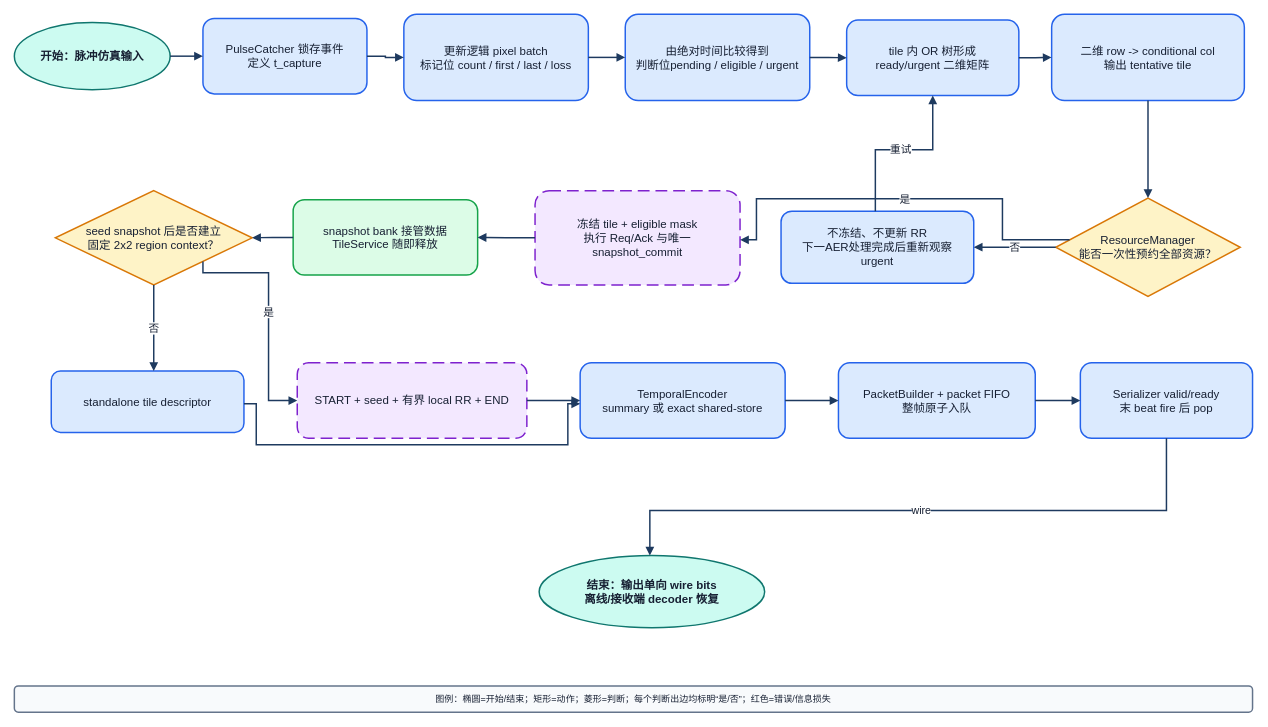
Earlier version of the draw.io diagram page "01_核心端到端流程" (1 of 31) of PFM_AER_v6_核心纯流程图与状态机_0721_v3.drawio (qcm0224/SimpleLatexVisualize). Source tidied: cells renumbered, new cells numbered last; positions are measured from the earlier drawing's top-left corner, leaving out a move shared by most shapes. Both pictures are drawn from the tidied source at 82%, with x=0, y=0 at pixel (14, 14).
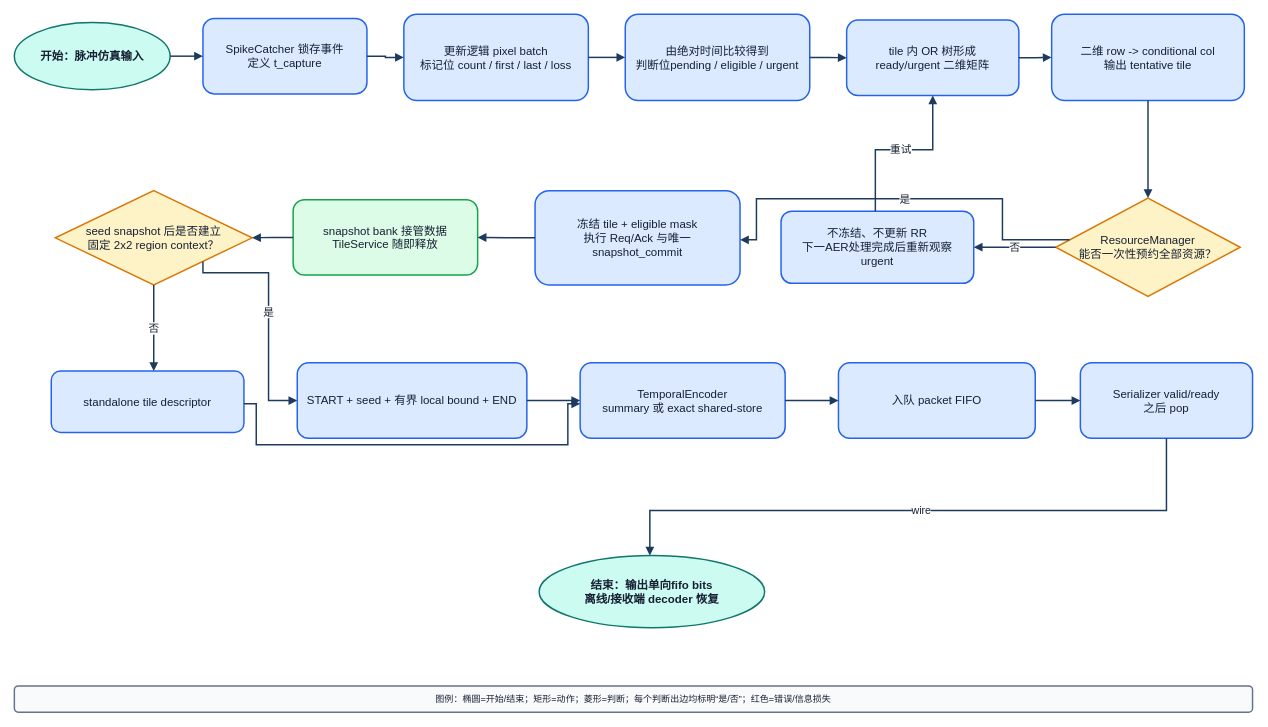
The same diagram, later.

The edit, as a diff of the source:
```diff
@@
-    <mxCell id="3" value="PulseCatcher 锁存事件&lt;br&gt;定义 t_capture" style="whiteSpace=wrap;html=1;fillColor=#DBEAFE;strokeColor=#2563EB;fontColor=#172033;fontSize=14;fontFamily=Arial;align=center;verticalAlign=middle;spacing=6;strokeWidth=1.8;rounded=1;" parent="1" vertex="1">
+    <mxCell id="3" value="SpikeCatcher 锁存事件&lt;br&gt;定义 t_capture" style="whiteSpace=wrap;html=1;fillColor=#DBEAFE;strokeColor=#2563EB;fontColor=#172033;fontSize=14;fontFamily=Arial;align=center;verticalAlign=middle;spacing=6;strokeWidth=1.8;rounded=1;" parent="1" vertex="1">
       <mxGeometry x="230" y="5" width="200" height="92" as="geometry" />
     </mxCell>
@@
-    <mxCell id="10" value="冻结 tile + eligible mask&lt;br&gt;执行 Req/Ack 与唯一 snapshot_commit" style="whiteSpace=wrap;html=1;fillColor=#F3E8FF;strokeColor=#7E22CE;fontColor=#172033;fontSize=14;fontFamily=Arial;align=center;verticalAlign=middle;spacing=6;strokeWidth=1.8;rounded=1;dashed=1;dashPattern=8 4;" parent="1" vertex="1">
+    <mxCell id="10" value="冻结 tile + eligible mask&lt;br&gt;执行 Req/Ack 与唯一 snapshot_commit" style="whiteSpace=wrap;html=1;fillColor=#DBEAFE;strokeColor=#2563EB;fontColor=#172033;fontSize=14;fontFamily=Arial;align=center;verticalAlign=middle;spacing=6;strokeWidth=1.8;rounded=1;" parent="1" vertex="1">
       <mxGeometry x="635" y="215" width="250" height="115" as="geometry" />
     </mxCell>
@@
-    <mxCell id="14" value="START + seed + 有界 local RR + END" style="whiteSpace=wrap;html=1;fillColor=#F3E8FF;strokeColor=#7E22CE;fontColor=#172033;fontSize=14;fontFamily=Arial;align=center;verticalAlign=middle;spacing=6;strokeWidth=1.8;rounded=1;dashed=1;dashPattern=8 4;" parent="1" vertex="1">
+    <mxCell id="14" value="START + seed + 有界 local bound + END" style="whiteSpace=wrap;html=1;fillColor=#DBEAFE;strokeColor=#2563EB;fontColor=#172033;fontSize=14;fontFamily=Arial;align=center;verticalAlign=middle;spacing=6;strokeWidth=1.8;rounded=1;" parent="1" vertex="1">
       <mxGeometry x="345" y="425" width="280" height="92" as="geometry" />
     </mxCell>
@@
-    <mxCell id="16" value="PacketBuilder + packet FIFO&lt;br&gt;整帧原子入队" style="whiteSpace=wrap;html=1;fillColor=#DBEAFE;strokeColor=#2563EB;fontColor=#172033;fontSize=14;fontFamily=Arial;align=center;verticalAlign=middle;spacing=6;strokeWidth=1.8;rounded=1;" parent="1" vertex="1">
+    <mxCell id="16" value="入队 packet FIFO" style="whiteSpace=wrap;html=1;fillColor=#DBEAFE;strokeColor=#2563EB;fontColor=#172033;fontSize=14;fontFamily=Arial;align=center;verticalAlign=middle;spacing=6;strokeWidth=1.8;rounded=1;" parent="1" vertex="1">
       <mxGeometry x="1005" y="425" width="240" height="92" as="geometry" />
     </mxCell>
-    <mxCell id="17" value="Serializer valid/ready&lt;br&gt;末 beat fire 后 pop" style="whiteSpace=wrap;html=1;fillColor=#DBEAFE;strokeColor=#2563EB;fontColor=#172033;fontSize=14;fontFamily=Arial;align=center;verticalAlign=middle;spacing=6;strokeWidth=1.8;rounded=1;" parent="1" vertex="1">
+    <mxCell id="17" value="Serializer valid/ready&lt;br&gt;之后 pop" style="whiteSpace=wrap;html=1;fillColor=#DBEAFE;strokeColor=#2563EB;fontColor=#172033;fontSize=14;fontFamily=Arial;align=center;verticalAlign=middle;spacing=6;strokeWidth=1.8;rounded=1;" parent="1" vertex="1">
       <mxGeometry x="1300" y="425" width="210" height="92" as="geometry" />
     </mxCell>
-    <mxCell id="18" value="结束：输出单向 wire bits&lt;br&gt;离线/接收端 decoder 恢复" style="whiteSpace=wrap;html=1;fillColor=#CCFBF1;strokeColor=#0F766E;fontColor=#172033;fontSize=14;fontFamily=Arial;align=center;verticalAlign=middle;spacing=6;strokeWidth=1.8;rounded=1;shape=ellipse;fontStyle=1;" parent="1" vertex="1">
+    <mxCell id="18" value="结束：输出单向fifo bits&lt;br&gt;离线/接收端 decoder 恢复" style="whiteSpace=wrap;html=1;fillColor=#CCFBF1;strokeColor=#0F766E;fontColor=#172033;fontSize=14;fontFamily=Arial;align=center;verticalAlign=middle;spacing=6;strokeWidth=1.8;rounded=1;shape=ellipse;fontStyle=1;" parent="1" vertex="1">
       <mxGeometry x="640" y="660" width="275" height="88" as="geometry" />
     </mxCell>
```
